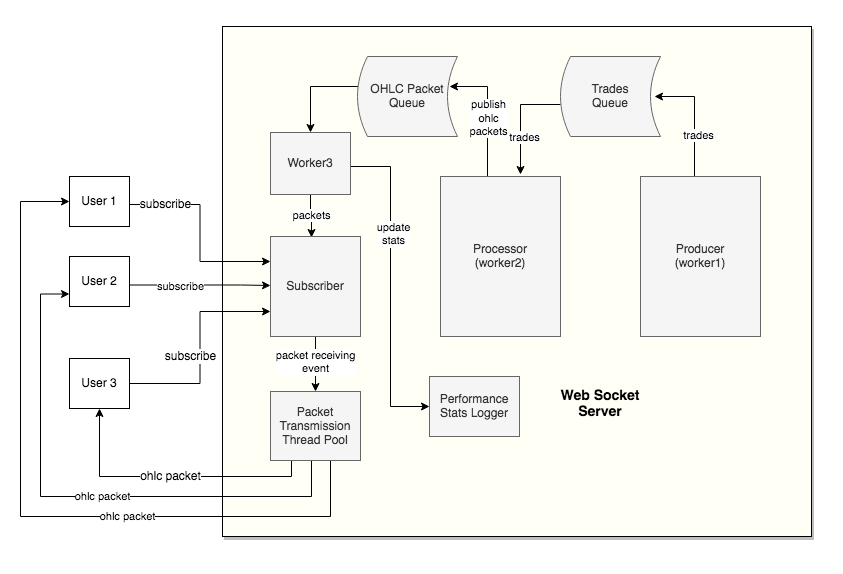
Before: Architecture_Diagram.png, a diagram exported from draw.io (sunildparihar/upstock). Source tidied: cells renumbered, new cells last; positions are measured from the earlier drawing's top-left corner, leaving out a move shared by most shapes.
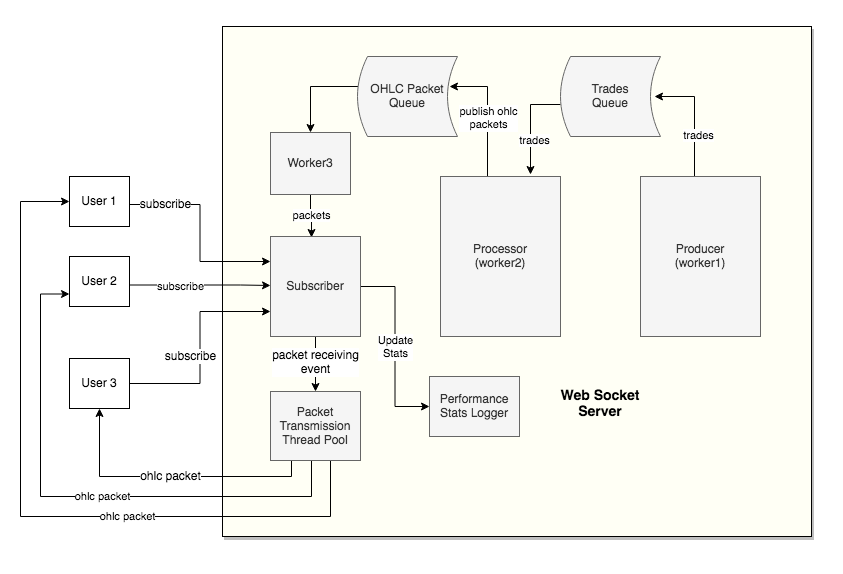
Later version of the same file.

Diff of the diagram source:
```diff
@@ -16,7 +16,7 @@
         </Array>
       </mxGeometry>
     </mxCell>
-    <mxCell id="5" value="publish&lt;div&gt;ohlc&lt;/div&gt;&lt;div&gt;packets&lt;/div&gt;" style="edgeLabel;html=1;align=center;verticalAlign=middle;" parent="4" vertex="1">
+    <mxCell id="5" value="&lt;div&gt;publish ohlc&lt;/div&gt;&lt;div&gt;packets&lt;br&gt;&lt;/div&gt;" style="edgeLabel;html=1;align=center;verticalAlign=middle;" parent="4" vertex="1">
       <mxGeometry x="-0.08" relative="1" as="geometry" />
     </mxCell>
     <mxCell id="6" value="Processor&lt;br&gt;(worker2)" style="rounded=0;whiteSpace=wrap;html=1;fillColor=#f5f5f5;strokeColor=#666666;fontColor=#333333;" parent="1" vertex="1">
@@ -48,7 +48,11 @@
     <mxCell id="12" style="edgeStyle=orthogonalEdgeStyle;rounded=0;orthogonalLoop=1;jettySize=auto;html=1;" parent="1" edge="1">
       <mxGeometry relative="1" as="geometry">
         <mxPoint x="560" y="104" as="sourcePoint" />
-        <mxPoint x="520" y="174" as="targetPoint" />
+        <mxPoint x="530" y="174" as="targetPoint" />
+        <Array as="points">
+          <mxPoint x="530" y="104" />
+          <mxPoint x="530" y="174" />
+        </Array>
       </mxGeometry>
     </mxCell>
     <mxCell id="13" value="trades" style="edgeLabel;html=1;align=center;verticalAlign=middle;" parent="12" vertex="1">
@@ -130,20 +134,6 @@
     <mxCell id="28" value="Performance Stats Logger" style="rounded=0;whiteSpace=wrap;html=1;fillColor=#f5f5f5;strokeColor=#666666;fontColor=#333333;" parent="1" vertex="1">
       <mxGeometry x="429" y="376" width="90" height="60" as="geometry" />
     </mxCell>
-    <mxCell id="29" style="edgeStyle=orthogonalEdgeStyle;rounded=0;jettySize=auto;html=1;exitX=1;exitY=0.5;exitDx=0;exitDy=0;entryX=0;entryY=0.5;entryDx=0;entryDy=0;" parent="1" edge="1" source="33" target="28">
-      <mxGeometry relative="1" as="geometry">
-        <Array as="points">
-          <mxPoint x="350" y="166" />
-          <mxPoint x="390" y="166" />
-          <mxPoint x="390" y="406" />
-        </Array>
-      </mxGeometry>
-    </mxCell>
-    <mxCell id="30" value="&lt;div&gt;update &lt;br&gt;&lt;/div&gt;&lt;div&gt;stats&lt;/div&gt;" style="edgeLabel;html=1;align=center;verticalAlign=middle;" parent="29" vertex="1">
-      <mxGeometry x="-0.35" y="2" relative="1" as="geometry">
-        <mxPoint y="6" as="offset" />
-      </mxGeometry>
-    </mxCell>
     <mxCell id="31" style="edgeStyle=orthogonalEdgeStyle;rounded=0;jettySize=auto;html=1;entryX=0.667;entryY=0.04;entryDx=0;entryDy=0;entryPerimeter=0;" parent="1" edge="1" source="33">
       <mxGeometry relative="1" as="geometry">
         <mxPoint x="311" y="237" as="targetPoint" />
@@ -158,11 +148,14 @@
     <mxCell id="34" style="edgeStyle=orthogonalEdgeStyle;rounded=0;jettySize=auto;html=1;exitX=0.5;exitY=1;exitDx=0;exitDy=0;entryX=0.5;entryY=0;entryDx=0;entryDy=0;" parent="1" edge="1" source="36" target="26">
       <mxGeometry relative="1" as="geometry" />
     </mxCell>
-    <mxCell id="35" value="&lt;div&gt;packet receiving &lt;br&gt;&lt;/div&gt;&lt;div&gt;event&lt;/div&gt;" style="edgeLabel;html=1;align=center;verticalAlign=middle;" parent="34" vertex="1">
+    <mxCell id="35" value="&lt;div&gt;&lt;font style=&quot;font-size: 9px&quot;&gt;&lt;font style=&quot;font-size: 12px&quot;&gt;packet receiving&lt;/font&gt;&lt;/font&gt;&lt;/div&gt;&lt;div&gt;&lt;font style=&quot;font-size: 9px&quot;&gt;&lt;font style=&quot;font-size: 12px&quot;&gt;event&lt;/font&gt;&lt;br&gt;&lt;/font&gt;&lt;/div&gt;" style="edgeLabel;html=1;align=center;verticalAlign=middle;" parent="34" vertex="1">
       <mxGeometry x="-0.21" y="-1" relative="1" as="geometry">
         <mxPoint y="3" as="offset" />
       </mxGeometry>
     </mxCell>
+    <mxCell id="39" value="&lt;div&gt;Update&lt;/div&gt;&lt;div&gt;Stats &lt;/div&gt;" style="edgeStyle=orthogonalEdgeStyle;rounded=0;jettySize=auto;html=1;exitX=1;exitY=0.5;exitDx=0;exitDy=0;entryX=0;entryY=0.5;entryDx=0;entryDy=0;" parent="1" edge="1" source="36" target="28">
+      <mxGeometry relative="1" as="geometry" />
+    </mxCell>
     <mxCell id="36" value="Subscriber" style="rounded=0;whiteSpace=wrap;html=1;fillColor=#f5f5f5;strokeColor=#666666;fontColor=#333333;" parent="1" vertex="1">
       <mxGeometry x="270" y="236" width="90" height="100" as="geometry" />
     </mxCell>
```
